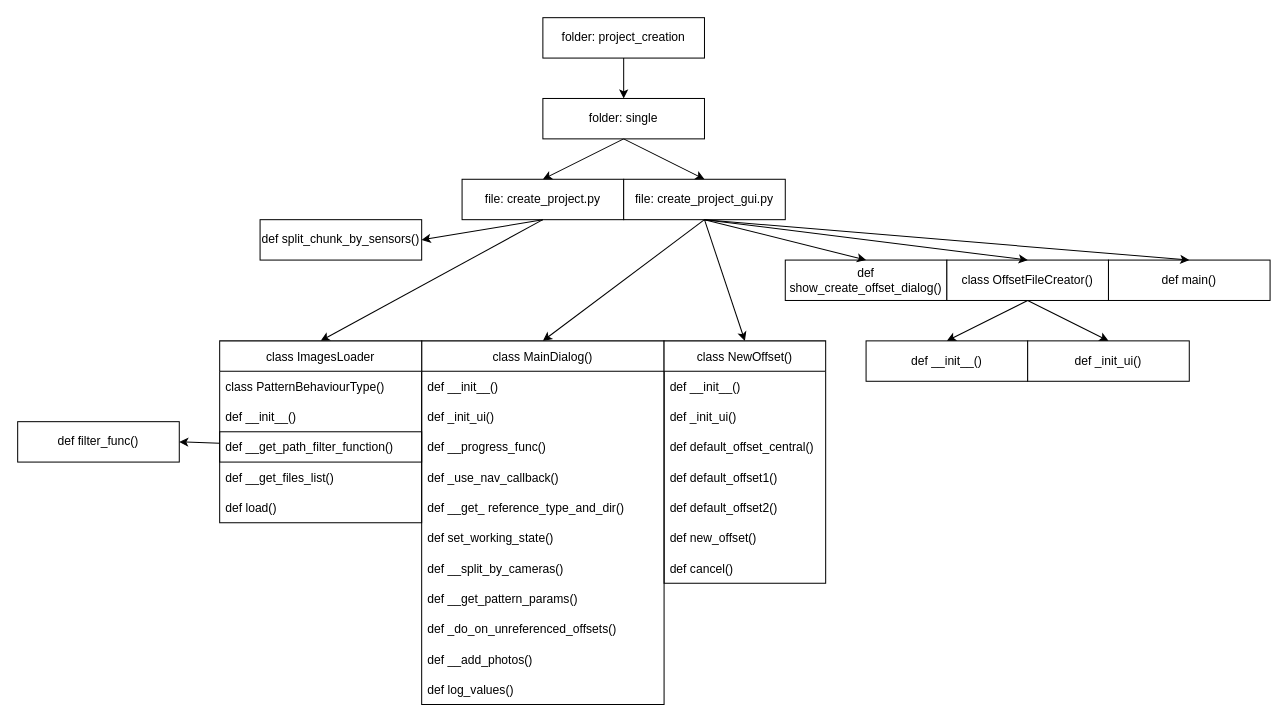
Above: CreateProjectFromDir.drawio in go-enov/diagrams (draw.io), before the change. Source tidied: cells renumbered, new cells numbered last; positions are measured from the earlier drawing's top-left corner, leaving out a move shared by most shapes. Both pictures are drawn from the tidied source at 101%, with x=0, y=0 at pixel (17, 17).
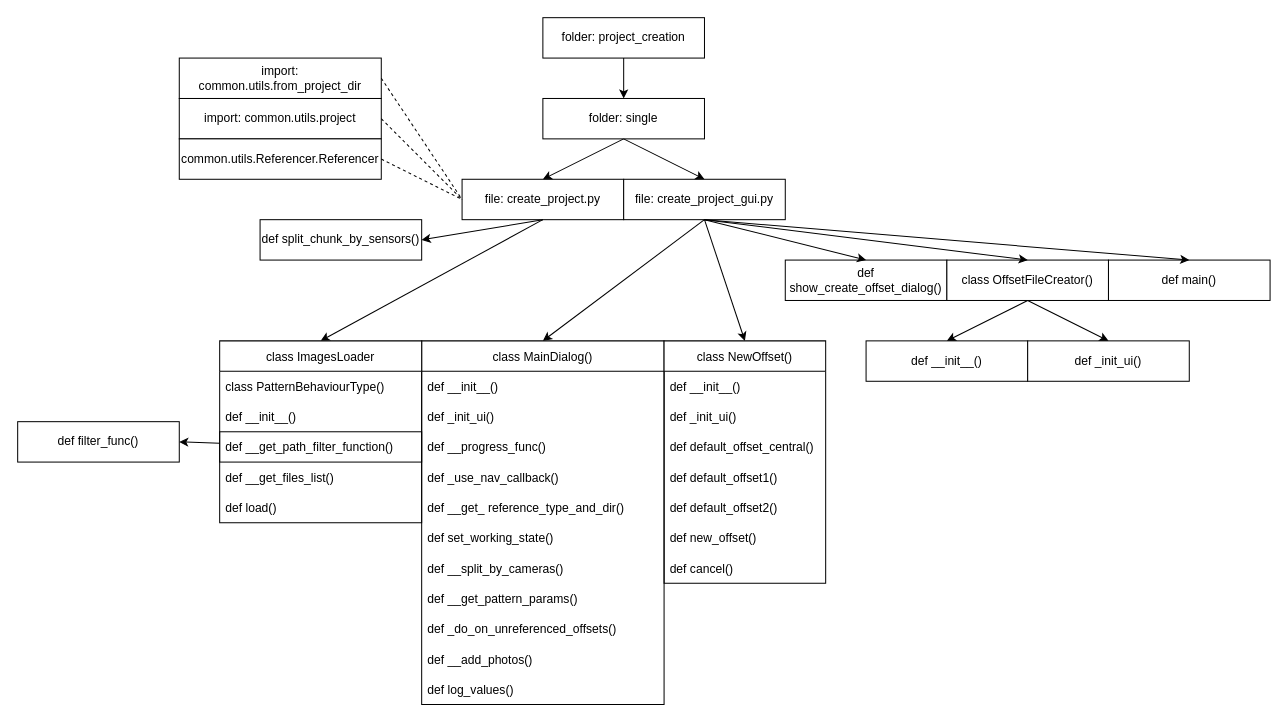
The same page after the edit.

Commit message:
file: create_project.py: import list tree

Unchanged cells that the change refers to:
```xml
<mxCell id="5" value="file: create_project.py" style="rounded=0;whiteSpace=wrap;html=1;" parent="1" vertex="1">
  <mxGeometry x="440" y="160" width="160" height="40" as="geometry" />
</mxCell>
```

Change to the diagram source:
```diff
@@
+    <mxCell id="52" value="import: common.utils.project" style="rounded=0;whiteSpace=wrap;html=1;" parent="1" vertex="1">
+      <mxGeometry x="160" y="80" width="200" height="40" as="geometry" />
+    </mxCell>
+    <mxCell id="53" value="import: common.utils.from_project_dir" style="rounded=0;whiteSpace=wrap;html=1;" parent="1" vertex="1">
+      <mxGeometry x="160" y="40" width="200" height="40" as="geometry" />
+    </mxCell>
+    <mxCell id="54" value="common.utils.Referencer.Referencer" style="rounded=0;whiteSpace=wrap;html=1;" parent="1" vertex="1">
+      <mxGeometry x="160" y="120" width="200" height="40" as="geometry" />
+    </mxCell>
+    <mxCell id="55" style="endArrow=none;dashed=1;html=1;rounded=0;entryX=0;entryY=0.5;entryDx=0;entryDy=0;exitX=1;exitY=0.5;exitDx=0;exitDy=0;" parent="1" edge="1" source="53" target="5">
+      <mxGeometry relative="1" as="geometry" />
+    </mxCell>
+    <mxCell id="56" style="endArrow=none;dashed=1;html=1;rounded=0;entryX=0;entryY=0.5;entryDx=0;entryDy=0;exitX=1;exitY=0.5;exitDx=0;exitDy=0;" parent="1" edge="1" source="52" target="5">
+      <mxGeometry relative="1" as="geometry" />
+    </mxCell>
+    <mxCell id="57" style="endArrow=none;dashed=1;html=1;rounded=0;entryX=0;entryY=0.5;entryDx=0;entryDy=0;exitX=1;exitY=0.5;exitDx=0;exitDy=0;" parent="1" edge="1" source="54" target="5">
+      <mxGeometry relative="1" as="geometry" />
+    </mxCell>
```
